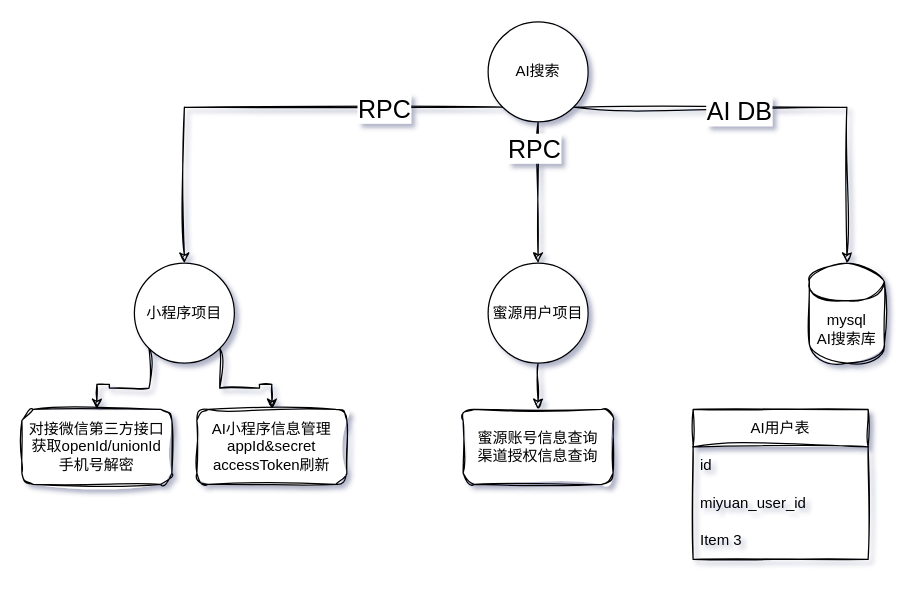
Above: 小程序用户模块技术方案.drawio in zzc1684/draw (draw.io), before the change. Source tidied: cells renumbered, new cells numbered last; positions are measured from the earlier drawing's top-left corner, leaving out a move shared by most shapes. Both pictures are drawn from the tidied source at 125%, with x=0, y=0 at pixel (21, 21).
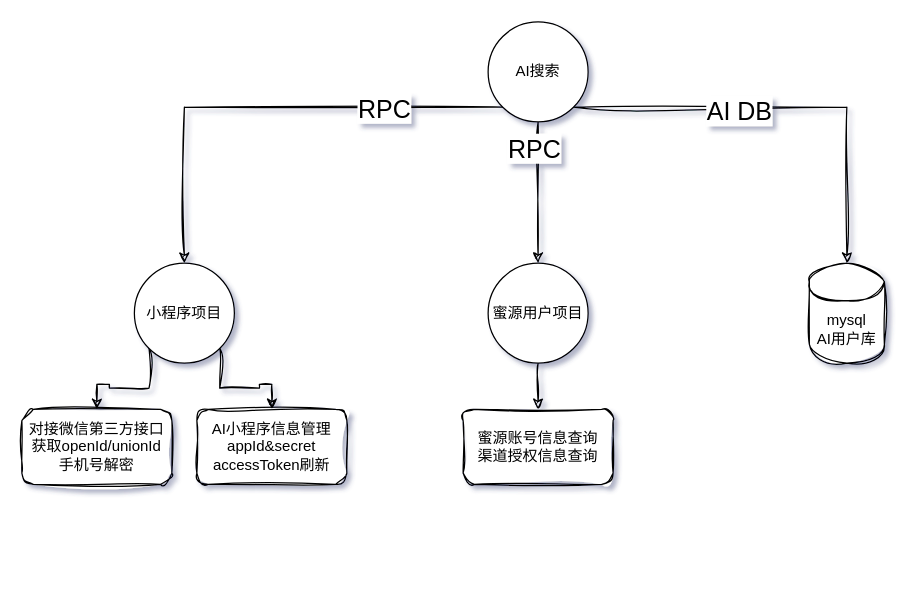
The same diagram, later.

Commit message (it also covers changes not shown here):
更新小程序用户模块技术方案.drawio

The edit, as a diff of the source:
```diff
@@
-    <mxCell id="17" value="&lt;div&gt;mysql&lt;/div&gt;&lt;div&gt;AI搜索库&lt;/div&gt;" style="shape=cylinder3;whiteSpace=wrap;html=1;boundedLbl=1;backgroundOutline=1;size=15;sketch=1;hachureGap=4;jiggle=2;curveFitting=1;fontFamily=Helvetica;" parent="1" vertex="1">
+    <mxCell id="17" value="&lt;div&gt;mysql&lt;/div&gt;&lt;div&gt;AI用户库&lt;/div&gt;" style="shape=cylinder3;whiteSpace=wrap;html=1;boundedLbl=1;backgroundOutline=1;size=15;sketch=1;hachureGap=4;jiggle=2;curveFitting=1;fontFamily=Helvetica;" parent="1" vertex="1">
       <mxGeometry x="630" y="193" width="60" height="80" as="geometry" />
     </mxCell>
-    <mxCell id="18" value="AI用户表" style="swimlane;fontStyle=0;horizontal=1;startSize=30;whiteSpace=wrap;html=1;sketch=1;hachureGap=4;jiggle=2;curveFitting=1;fontFamily=Helvetica;" parent="1" vertex="1">
-      <mxGeometry x="537" y="310" width="140" height="120" as="geometry" />
-    </mxCell>
-    <mxCell id="19" value="id" style="text;strokeColor=none;fillColor=none;align=left;verticalAlign=middle;spacingLeft=4;spacingRight=4;overflow=hidden;whiteSpace=wrap;html=1;fontFamily=Helvetica;" parent="18" vertex="1">
-      <mxGeometry y="30" width="140" height="30" as="geometry" />
-    </mxCell>
-    <mxCell id="20" value="miyuan_user_id" style="text;strokeColor=none;fillColor=none;align=left;verticalAlign=middle;spacingLeft=4;spacingRight=4;overflow=hidden;whiteSpace=wrap;html=1;fontFamily=Helvetica;" parent="18" vertex="1">
-      <mxGeometry y="60" width="140" height="30" as="geometry" />
-    </mxCell>
-    <mxCell id="21" value="Item 3" style="text;strokeColor=none;fillColor=none;align=left;verticalAlign=middle;spacingLeft=4;spacingRight=4;overflow=hidden;whiteSpace=wrap;html=1;fontFamily=Helvetica;" parent="18" vertex="1">
-      <mxGeometry y="90" width="140" height="30" as="geometry" />
-    </mxCell>
```
